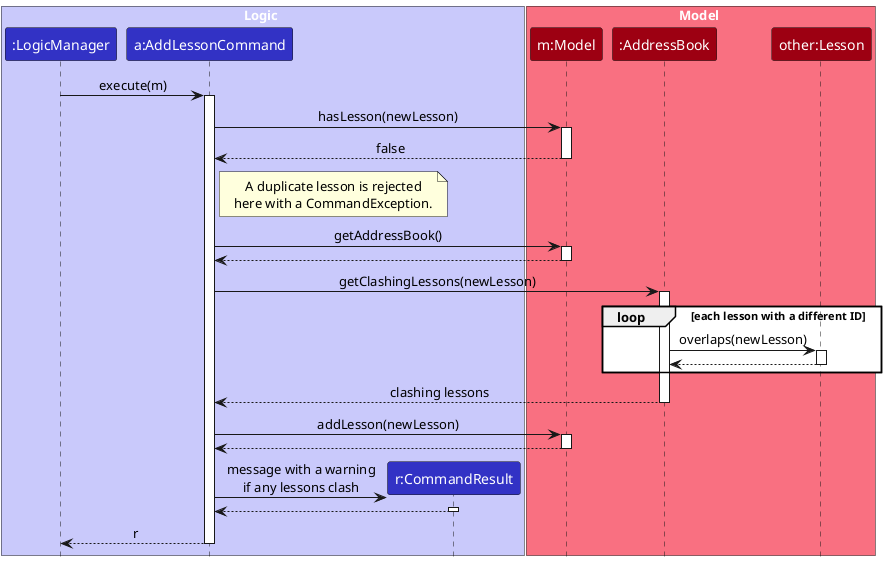
AY2627S1-CS2103T-F13-1/tp keeps this PlantUML diagram as docs/images/AddLessonSequenceDiagram.png. Above is the earlier version.
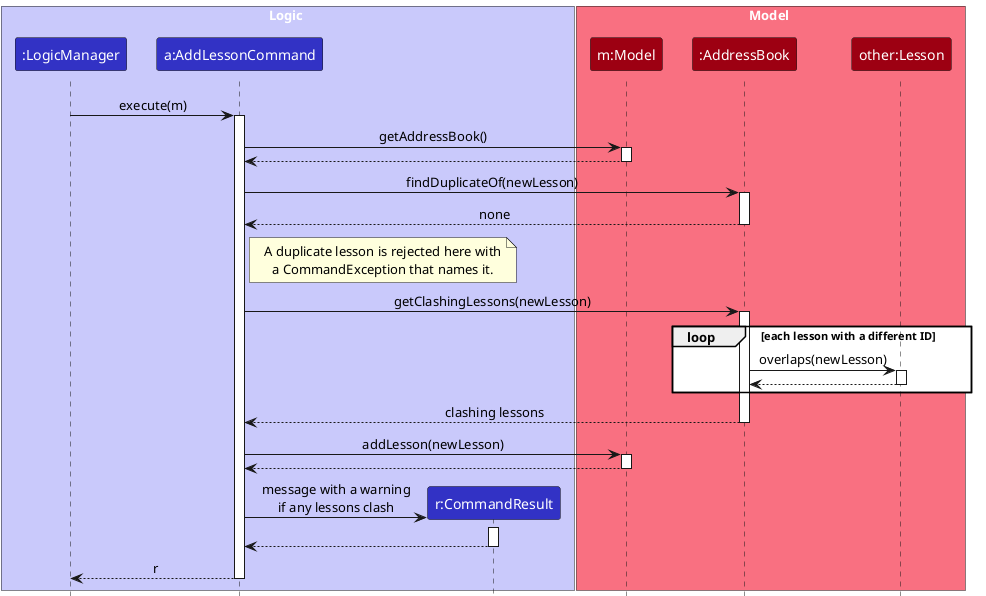
After the commit.

Commit message:
Show the new duplicate check in the addlesson diagram

AddLessonCommand now finds the duplicate through
ReadOnlyAddressBook#findDuplicateOf so that it can name it. Update the
sequence diagram and its description to match.

The edit, as a diff of the source:
```diff
@@ -17,20 +17,20 @@
 LogicManager -> AddLessonCommand : execute(m)
 activate AddLessonCommand
 
-AddLessonCommand -> Model : hasLesson(newLesson)
-activate Model
-Model --> AddLessonCommand : false
-deactivate Model
-
-note right of AddLessonCommand
-  A duplicate lesson is rejected
-  here with a CommandException.
-end note
-
 AddLessonCommand -> Model : getAddressBook()
 activate Model
 Model --> AddLessonCommand
 deactivate Model
+
+AddLessonCommand -> AddressBook : findDuplicateOf(newLesson)
+activate AddressBook
+AddressBook --> AddLessonCommand : none
+deactivate AddressBook
+
+note right of AddLessonCommand
+  A duplicate lesson is rejected here with
+  a CommandException that names it.
+end note
 
 AddLessonCommand -> AddressBook : getClashingLessons(newLesson)
 activate AddressBook
```
